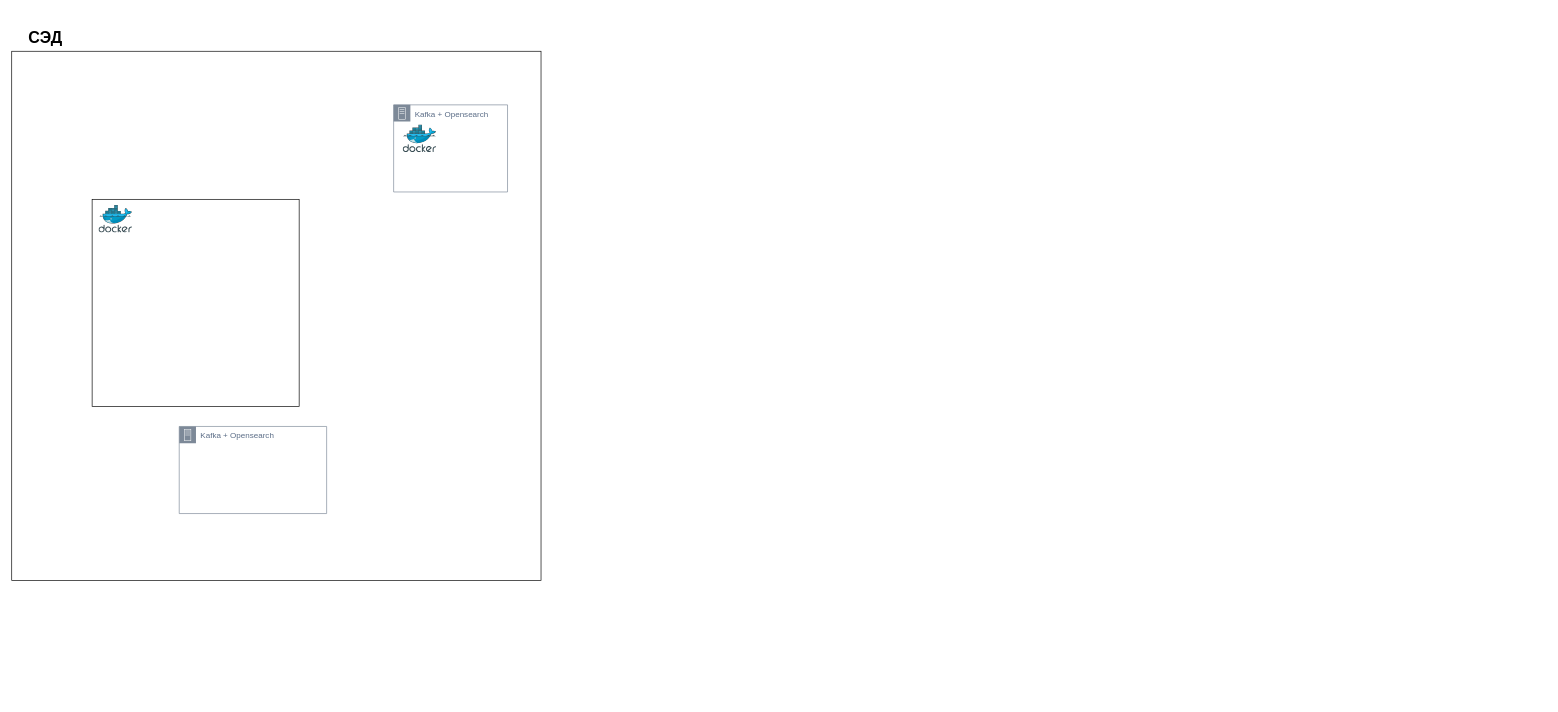
The draw.io diagram page "Среда разработки/среда тестирования" (1 of 2) of Диаграмма без названия.drawio in SamRozhkov/DocTrix, before the edit. Source tidied: cells renumbered, new cells numbered last; positions are measured from the earlier drawing's top-left corner, leaving out a move shared by most shapes. Both pictures are drawn from the tidied source at 67%, with x=0, y=0 at pixel (11, 24). Pictures stored in the file or linked from it are replaced by grey dashed boxes.
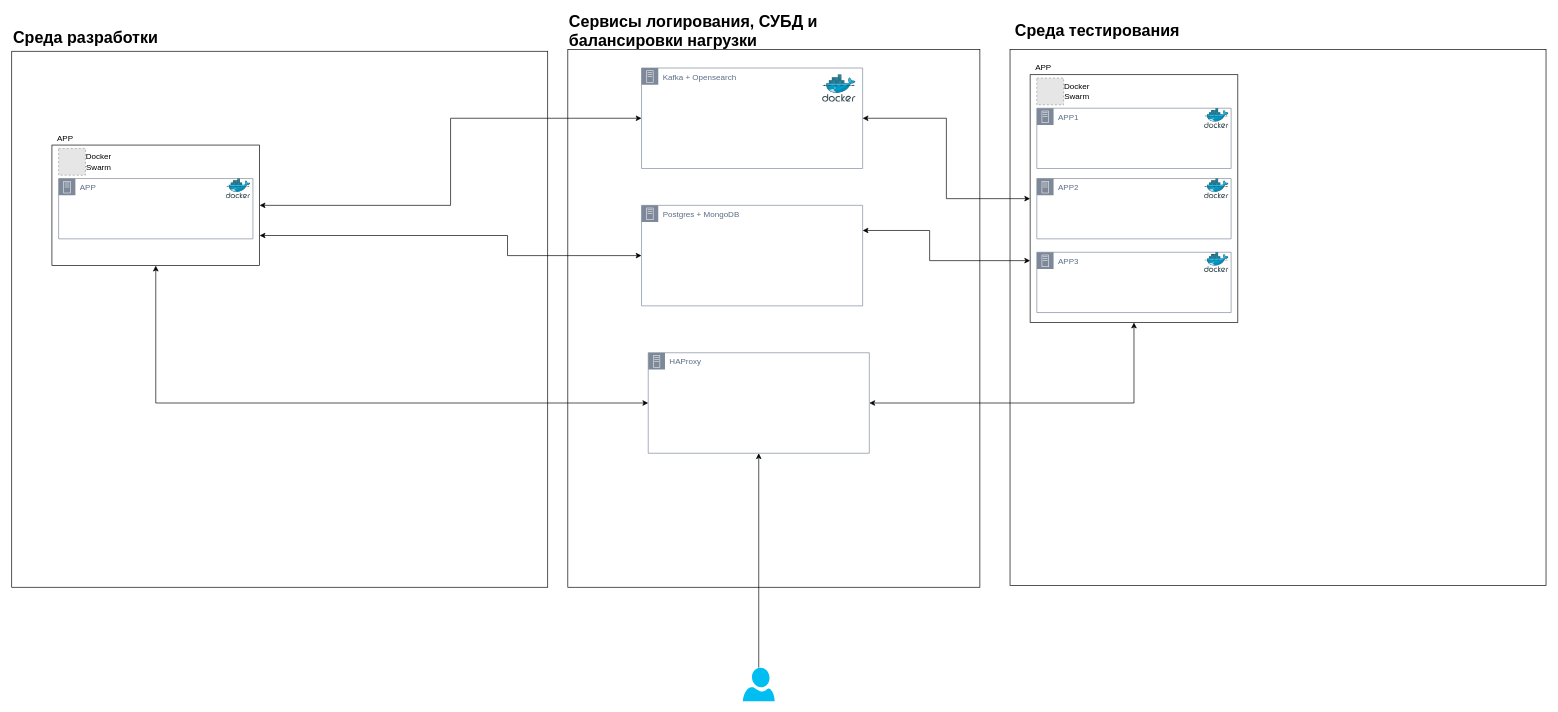
Above is the later version.

What changed in the source:
```diff
@@
+    <mxCell id="9" style="whiteSpace=wrap;html=1;" parent="1" vertex="1">
+      <mxGeometry x="830" y="37.5" width="615" height="802.5" as="geometry" />
+    </mxCell>
     <mxCell id="2" style="whiteSpace=wrap;html=1;" parent="1" vertex="1">
-      <mxGeometry y="40" width="790" height="790" as="geometry" />
+      <mxGeometry y="40" width="800" height="800" as="geometry" />
     </mxCell>
-    <mxCell id="3" value="СЭД" style="text;strokeColor=none;fillColor=none;html=1;fontSize=24;fontStyle=1;verticalAlign=middle;align=center;" parent="1" vertex="1">
-      <mxGeometry width="100" height="40" as="geometry" />
+    <mxCell id="3" value="Среда разработки" style="text;strokeColor=none;fillColor=none;html=1;fontSize=24;fontStyle=1;verticalAlign=middle;align=center;" parent="1" vertex="1">
+      <mxGeometry x="60" width="100" height="40" as="geometry" />
     </mxCell>
     <mxCell id="4" value="Kafka + Opensearch&lt;div&gt;&lt;br&gt;&lt;/div&gt;" style="points=[[0,0],[0.25,0],[0.5,0],[0.75,0],[1,0],[1,0.25],[1,0.5],[1,0.75],[1,1],[0.75,1],[0.5,1],[0.25,1],[0,1],[0,0.75],[0,0.5],[0,0.25]];outlineConnect=0;gradientColor=none;html=1;whiteSpace=wrap;fontSize=12;fontStyle=0;shape=mxgraph.aws4.group;grIcon=mxgraph.aws4.group_on_premise;strokeColor=#7D8998;fillColor=none;verticalAlign=top;align=left;spacingLeft=30;fontColor=#5A6C86;dashed=0;" parent="1" vertex="1">
-      <mxGeometry x="570" y="120" width="170" height="130" as="geometry" />
+      <mxGeometry x="940" y="65" width="330" height="150" as="geometry" />
     </mxCell>
     <mxCell id="5" style="image;sketch=0;html=1;align=center;fontSize=12;image=img/lib/mscae/Docker.svg;" parent="4" vertex="1">
-      <mxGeometry x="14" y="30" width="50" height="41" as="geometry" />
+      <mxGeometry x="270" y="10" width="50" height="41" as="geometry" />
     </mxCell>
-    <mxCell id="6" value="Kafka + Opensearch&lt;div&gt;&lt;br&gt;&lt;/div&gt;" style="gradientColor=none;html=1;whiteSpace=wrap;fontSize=12;fontStyle=0;shape=mxgraph.aws4.group;grIcon=mxgraph.aws4.group_on_premise;strokeColor=#7D8998;fillColor=none;verticalAlign=top;align=left;spacingLeft=30;fontColor=#5A6C86;dashed=0;" parent="1" vertex="1">
-      <mxGeometry x="250" y="600" width="220" height="130" as="geometry" />
-    </mxCell>
+    <mxCell id="10" style="edgeStyle=orthogonalEdgeStyle;rounded=0;jettySize=auto;html=1;exitX=1;exitY=0.5;exitDx=0;exitDy=0;entryX=0;entryY=0.5;entryDx=0;entryDy=0;startArrow=classic;startFill=1;" parent="1" edge="1" source="7" target="4">
+      <mxGeometry relative="1" as="geometry" />
+    </mxCell>
+    <mxCell id="11" style="edgeStyle=elbowEdgeStyle;rounded=0;jettySize=auto;html=1;exitX=1;exitY=0.75;exitDx=0;exitDy=0;entryX=0;entryY=0.5;entryDx=0;entryDy=0;startArrow=classic;startFill=1;" parent="1" edge="1" source="7" target="32">
+      <mxGeometry relative="1" as="geometry">
+        <Array as="points">
+          <mxPoint x="740" y="340" />
+        </Array>
+      </mxGeometry>
+    </mxCell>
     <mxCell id="7" style="whiteSpace=wrap;html=1;" parent="1" vertex="1">
-      <mxGeometry x="120" y="261" width="309" height="309" as="geometry" />
+      <mxGeometry x="60" y="180" width="310" height="180" as="geometry" />
     </mxCell>
-    <mxCell id="8" style="image;sketch=0;html=1;align=center;fontSize=12;image=img/lib/mscae/Docker.svg;" parent="1" vertex="1">
-      <mxGeometry x="130" y="270" width="50" height="41" as="geometry" />
-    </mxCell>
+    <mxCell id="12" style="fillColor=#E6E6E6;strokeColor=#999999;dashed=1;html=1;verticalAlign=top;verticalLabelPosition=bottom;labelBackgroundColor=#ffffff;" parent="1" vertex="1">
+      <mxGeometry x="70" y="185" width="40" height="40" as="geometry" />
+    </mxCell>
+    <mxCell id="13" value="Docker Swarm" style="text;html=1;align=center;verticalAlign=middle;whiteSpace=wrap;rounded=0;" parent="1" vertex="1">
+      <mxGeometry x="100" y="190" width="60" height="30" as="geometry" />
+    </mxCell>
+    <mxCell id="14" value="APP" style="text;html=1;align=center;verticalAlign=middle;whiteSpace=wrap;rounded=0;" parent="1" vertex="1">
+      <mxGeometry x="50" y="155" width="60" height="30" as="geometry" />
+    </mxCell>
+    <mxCell id="15" value="&lt;div&gt;APP&lt;/div&gt;" style="gradientColor=none;html=1;whiteSpace=wrap;fontSize=12;fontStyle=0;shape=mxgraph.aws4.group;grIcon=mxgraph.aws4.group_on_premise;strokeColor=#7D8998;fillColor=none;verticalAlign=top;align=left;spacingLeft=30;fontColor=#5A6C86;dashed=0;" parent="1" vertex="1">
+      <mxGeometry x="70" y="230" width="290" height="90" as="geometry" />
+    </mxCell>
+    <mxCell id="16" style="image;sketch=0;html=1;align=center;fontSize=12;image=img/lib/mscae/Docker.svg;" parent="15" vertex="1">
+      <mxGeometry x="250" width="36.6" height="30" as="geometry" />
+    </mxCell>
+    <mxCell id="17" style="whiteSpace=wrap;html=1;" parent="1" vertex="1">
+      <mxGeometry x="1490" y="37.5" width="800" height="800" as="geometry" />
+    </mxCell>
+    <mxCell id="18" value="Среда тестирования" style="text;strokeColor=none;fillColor=none;html=1;fontSize=24;fontStyle=1;verticalAlign=middle;align=center;" parent="1" vertex="1">
+      <mxGeometry x="1570" y="-10" width="100" height="40" as="geometry" />
+    </mxCell>
+    <mxCell id="19" style="edgeStyle=orthogonalEdgeStyle;rounded=0;jettySize=auto;html=1;exitX=0;exitY=0.5;exitDx=0;exitDy=0;entryX=1;entryY=0.5;entryDx=0;entryDy=0;startArrow=classic;startFill=1;" parent="1" edge="1" source="21" target="4">
+      <mxGeometry relative="1" as="geometry" />
+    </mxCell>
+    <mxCell id="20" style="edgeStyle=orthogonalEdgeStyle;rounded=0;jettySize=auto;html=1;exitX=0;exitY=0.75;exitDx=0;exitDy=0;entryX=1;entryY=0.25;entryDx=0;entryDy=0;startArrow=classic;startFill=1;" parent="1" edge="1" source="21" target="32">
+      <mxGeometry relative="1" as="geometry">
+        <Array as="points">
+          <mxPoint x="1370" y="353" />
+          <mxPoint x="1370" y="308" />
+        </Array>
+      </mxGeometry>
+    </mxCell>
+    <mxCell id="21" style="whiteSpace=wrap;html=1;" parent="1" vertex="1">
+      <mxGeometry x="1520" y="75" width="310" height="370" as="geometry" />
+    </mxCell>
+    <mxCell id="22" style="fillColor=#E6E6E6;strokeColor=#999999;dashed=1;html=1;verticalAlign=top;verticalLabelPosition=bottom;labelBackgroundColor=#ffffff;" parent="1" vertex="1">
+      <mxGeometry x="1530" y="80" width="40" height="40" as="geometry" />
+    </mxCell>
+    <mxCell id="23" value="Docker Swarm" style="text;html=1;align=center;verticalAlign=middle;whiteSpace=wrap;rounded=0;" parent="1" vertex="1">
+      <mxGeometry x="1560" y="85" width="60" height="30" as="geometry" />
+    </mxCell>
+    <mxCell id="24" value="APP" style="text;html=1;align=center;verticalAlign=middle;whiteSpace=wrap;rounded=0;" parent="1" vertex="1">
+      <mxGeometry x="1510" y="50" width="60" height="30" as="geometry" />
+    </mxCell>
+    <mxCell id="25" value="APP1&lt;div&gt;&lt;br&gt;&lt;/div&gt;" style="gradientColor=none;html=1;whiteSpace=wrap;fontSize=12;fontStyle=0;shape=mxgraph.aws4.group;grIcon=mxgraph.aws4.group_on_premise;strokeColor=#7D8998;fillColor=none;verticalAlign=top;align=left;spacingLeft=30;fontColor=#5A6C86;dashed=0;" parent="1" vertex="1">
+      <mxGeometry x="1530" y="125" width="290" height="90" as="geometry" />
+    </mxCell>
+    <mxCell id="26" style="image;sketch=0;html=1;align=center;fontSize=12;image=img/lib/mscae/Docker.svg;" parent="25" vertex="1">
+      <mxGeometry x="250" width="36.6" height="30" as="geometry" />
+    </mxCell>
+    <mxCell id="27" value="&lt;div&gt;APP2&lt;/div&gt;" style="gradientColor=none;html=1;whiteSpace=wrap;fontSize=12;fontStyle=0;shape=mxgraph.aws4.group;grIcon=mxgraph.aws4.group_on_premise;strokeColor=#7D8998;fillColor=none;verticalAlign=top;align=left;spacingLeft=30;fontColor=#5A6C86;dashed=0;" parent="1" vertex="1">
+      <mxGeometry x="1530" y="230" width="290" height="90" as="geometry" />
+    </mxCell>
+    <mxCell id="28" style="image;sketch=0;html=1;align=center;fontSize=12;image=img/lib/mscae/Docker.svg;" parent="27" vertex="1">
+      <mxGeometry x="250" width="36.6" height="30" as="geometry" />
+    </mxCell>
+    <mxCell id="29" value="&lt;div&gt;APP3&lt;/div&gt;&lt;div&gt;&lt;br&gt;&lt;/div&gt;" style="gradientColor=none;html=1;whiteSpace=wrap;fontSize=12;fontStyle=0;shape=mxgraph.aws4.group;grIcon=mxgraph.aws4.group_on_premise;strokeColor=#7D8998;fillColor=none;verticalAlign=top;align=left;spacingLeft=30;fontColor=#5A6C86;dashed=0;" parent="1" vertex="1">
+      <mxGeometry x="1530" y="340" width="290" height="90" as="geometry" />
+    </mxCell>
+    <mxCell id="30" style="image;sketch=0;html=1;align=center;fontSize=12;image=img/lib/mscae/Docker.svg;" parent="29" vertex="1">
+      <mxGeometry x="250" width="36.6" height="30" as="geometry" />
+    </mxCell>
+    <mxCell id="31" value="Сервисы логирования, СУБД и&amp;nbsp;&lt;div&gt;балансировки нагрузки&lt;/div&gt;" style="text;strokeColor=none;fillColor=none;html=1;fontSize=24;fontStyle=1;verticalAlign=middle;align=left;" parent="1" vertex="1">
+      <mxGeometry x="830" y="-10" width="627.5" height="40" as="geometry" />
+    </mxCell>
+    <mxCell id="32" value="Postgres + MongoDB" style="points=[[0,0],[0.25,0],[0.5,0],[0.75,0],[1,0],[1,0.25],[1,0.5],[1,0.75],[1,1],[0.75,1],[0.5,1],[0.25,1],[0,1],[0,0.75],[0,0.5],[0,0.25]];outlineConnect=0;gradientColor=none;html=1;whiteSpace=wrap;fontSize=12;fontStyle=0;shape=mxgraph.aws4.group;grIcon=mxgraph.aws4.group_on_premise;strokeColor=#7D8998;fillColor=none;verticalAlign=top;align=left;spacingLeft=30;fontColor=#5A6C86;dashed=0;" parent="1" vertex="1">
+      <mxGeometry x="940" y="270" width="330" height="150" as="geometry" />
+    </mxCell>
+    <mxCell id="33" style="edgeStyle=orthogonalEdgeStyle;rounded=0;jettySize=auto;html=1;exitX=0;exitY=0.5;exitDx=0;exitDy=0;entryX=0.5;entryY=1;entryDx=0;entryDy=0;startArrow=classic;startFill=1;" parent="1" edge="1" source="35" target="7">
+      <mxGeometry relative="1" as="geometry" />
+    </mxCell>
+    <mxCell id="34" style="edgeStyle=orthogonalEdgeStyle;rounded=0;jettySize=auto;html=1;exitX=1;exitY=0.5;exitDx=0;exitDy=0;entryX=0.5;entryY=1;entryDx=0;entryDy=0;startArrow=classic;startFill=1;" parent="1" edge="1" source="35" target="21">
+      <mxGeometry relative="1" as="geometry" />
+    </mxCell>
+    <mxCell id="35" value="HAProxy" style="points=[[0,0],[0.25,0],[0.5,0],[0.75,0],[1,0],[1,0.25],[1,0.5],[1,0.75],[1,1],[0.75,1],[0.5,1],[0.25,1],[0,1],[0,0.75],[0,0.5],[0,0.25]];outlineConnect=0;gradientColor=none;html=1;whiteSpace=wrap;fontSize=12;fontStyle=0;shape=mxgraph.aws4.group;grIcon=mxgraph.aws4.group_on_premise;strokeColor=#7D8998;fillColor=none;verticalAlign=top;align=left;spacingLeft=30;fontColor=#5A6C86;dashed=0;" parent="1" vertex="1">
+      <mxGeometry x="950" y="490" width="330" height="150" as="geometry" />
+    </mxCell>
+    <mxCell id="36" style="edgeStyle=orthogonalEdgeStyle;rounded=0;jettySize=auto;html=1;exitX=0.5;exitY=0;exitDx=0;exitDy=0;exitPerimeter=0;" parent="1" edge="1" source="37" target="35">
+      <mxGeometry relative="1" as="geometry" />
+    </mxCell>
+    <mxCell id="37" style="verticalLabelPosition=bottom;html=1;verticalAlign=top;align=center;strokeColor=none;fillColor=#00BEF2;shape=mxgraph.azure.user;" parent="1" vertex="1">
+      <mxGeometry x="1091.2" y="960" width="47.5" height="50" as="geometry" />
+    </mxCell>
```
